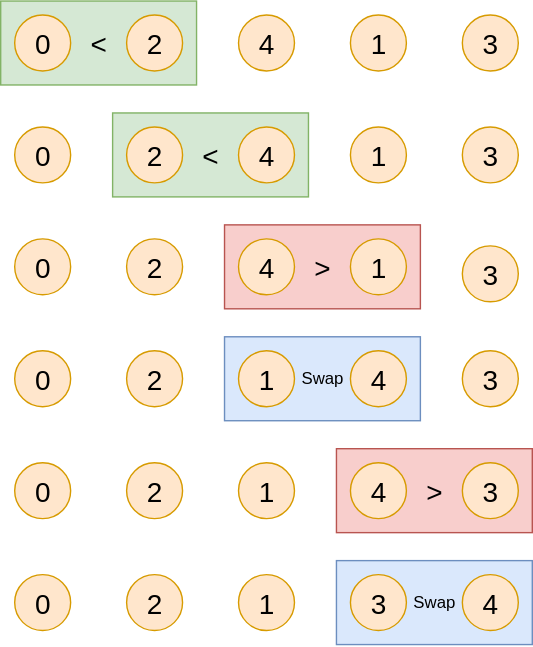
Above: EMC2-Labs-Winter/_static/figures/bubble_sort_process.svg in millerk22/emc2-labs (draw.io), before the change. Source tidied: cells renumbered, new cells last; positions are measured from the earlier drawing's top-left corner, leaving out a move shared by most shapes.
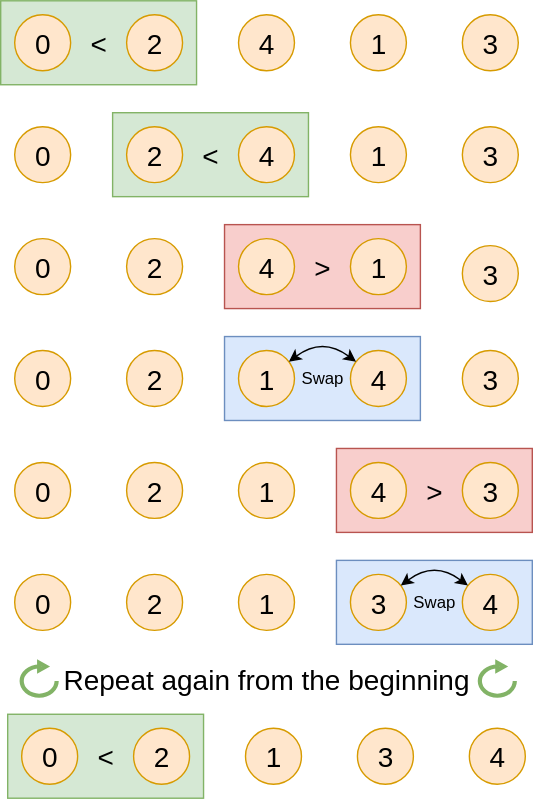
Above is the later version.

Commit message:
added additional info to bubble_sort image

The edit, as a diff of the source:
```diff
@@ -2,12 +2,27 @@
   <root>
     <mxCell id="0" />
     <mxCell id="1" parent="0" />
-    <mxCell id="2" value="&amp;lt;" style="rounded=0;whiteSpace=wrap;html=1;spacingBottom=0;fillColor=#d5e8d4;strokeColor=#82b366;fontSize=20;" parent="1" vertex="1">
-      <mxGeometry x="80" y="80" width="140" height="60" as="geometry" />
-    </mxCell>
-    <mxCell id="3" value="&amp;lt;" style="rounded=0;whiteSpace=wrap;html=1;spacingBottom=0;fillColor=#d5e8d4;strokeColor=#82b366;fontSize=20;" parent="1" vertex="1">
-      <mxGeometry width="140" height="60" as="geometry" />
-    </mxCell>
+    <mxCell id="38" value="&amp;lt;" style="rounded=0;whiteSpace=wrap;html=1;spacingBottom=0;fillColor=#d5e8d4;strokeColor=#82b366;fontSize=20;" parent="1" vertex="1">
+      <mxGeometry x="80" width="140" height="60" as="geometry" />
+    </mxCell>
+    <mxCell id="39" value="&amp;lt;" style="rounded=0;whiteSpace=wrap;html=1;spacingBottom=0;fillColor=#d5e8d4;strokeColor=#82b366;fontSize=20;" parent="1" vertex="1">
+      <mxGeometry y="-80" width="140" height="60" as="geometry" />
+    </mxCell>
+    <mxCell id="40" value="0" style="ellipse;whiteSpace=wrap;html=1;fillColor=#ffe6cc;strokeColor=#d79b00;fontSize=20;" parent="1" vertex="1">
+      <mxGeometry x="10" y="-70" width="40" height="40" as="geometry" />
+    </mxCell>
+    <mxCell id="41" value="2" style="ellipse;whiteSpace=wrap;html=1;fillColor=#ffe6cc;strokeColor=#d79b00;fontSize=20;" parent="1" vertex="1">
+      <mxGeometry x="90" y="-70" width="40" height="40" as="geometry" />
+    </mxCell>
+    <mxCell id="42" value="4" style="ellipse;whiteSpace=wrap;html=1;fillColor=#ffe6cc;strokeColor=#d79b00;fontSize=20;" parent="1" vertex="1">
+      <mxGeometry x="170" y="-70" width="40" height="40" as="geometry" />
+    </mxCell>
+    <mxCell id="43" value="1" style="ellipse;whiteSpace=wrap;html=1;fillColor=#ffe6cc;strokeColor=#d79b00;fontSize=20;" parent="1" vertex="1">
+      <mxGeometry x="250" y="-70" width="40" height="40" as="geometry" />
+    </mxCell>
+    <mxCell id="44" value="3" style="ellipse;whiteSpace=wrap;html=1;fillColor=#ffe6cc;strokeColor=#d79b00;fontSize=20;" parent="1" vertex="1">
+      <mxGeometry x="330" y="-70" width="40" height="40" as="geometry" />
+    </mxCell>
     <mxCell id="4" value="0" style="ellipse;whiteSpace=wrap;html=1;fillColor=#ffe6cc;strokeColor=#d79b00;fontSize=20;" parent="1" vertex="1">
       <mxGeometry x="10" y="10" width="40" height="40" as="geometry" />
     </mxCell>
@@ -23,6 +38,9 @@
     <mxCell id="8" value="3" style="ellipse;whiteSpace=wrap;html=1;fillColor=#ffe6cc;strokeColor=#d79b00;fontSize=20;" parent="1" vertex="1">
       <mxGeometry x="330" y="10" width="40" height="40" as="geometry" />
     </mxCell>
+    <mxCell id="14" value="&amp;gt;" style="rounded=0;whiteSpace=wrap;html=1;spacingBottom=0;fillColor=#f8cecc;strokeColor=#b85450;align=center;fontSize=20;" parent="1" vertex="1">
+      <mxGeometry x="160" y="80" width="140" height="60" as="geometry" />
+    </mxCell>
     <mxCell id="9" value="0" style="ellipse;whiteSpace=wrap;html=1;fillColor=#ffe6cc;strokeColor=#d79b00;fontSize=20;" parent="1" vertex="1">
       <mxGeometry x="10" y="90" width="40" height="40" as="geometry" />
     </mxCell>
@@ -35,30 +53,30 @@
     <mxCell id="12" value="1" style="ellipse;whiteSpace=wrap;html=1;fillColor=#ffe6cc;strokeColor=#d79b00;fontSize=20;" parent="1" vertex="1">
       <mxGeometry x="250" y="90" width="40" height="40" as="geometry" />
     </mxCell>
-    <mxCell id="13" value="3" style="ellipse;whiteSpace=wrap;html=1;fillColor=#ffe6cc;strokeColor=#d79b00;fontSize=20;" parent="1" vertex="1">
-      <mxGeometry x="330" y="90" width="40" height="40" as="geometry" />
-    </mxCell>
-    <mxCell id="14" value="&amp;gt;" style="rounded=0;whiteSpace=wrap;html=1;spacingBottom=0;fillColor=#f8cecc;strokeColor=#b85450;align=center;fontSize=20;" parent="1" vertex="1">
-      <mxGeometry x="160" y="160" width="140" height="60" as="geometry" />
-    </mxCell>
+    <mxCell id="45" value="3" style="ellipse;whiteSpace=wrap;html=1;fillColor=#ffe6cc;strokeColor=#d79b00;fontSize=20;" parent="1" vertex="1">
+      <mxGeometry x="330" y="95" width="40" height="40" as="geometry" />
+    </mxCell>
+    <mxCell id="46" value="Swap" style="rounded=0;whiteSpace=wrap;html=1;spacingBottom=0;fillColor=#dae8fc;strokeColor=#6c8ebf;" parent="1" vertex="1">
+      <mxGeometry x="160" y="160" width="140" height="60" as="geometry" />
+    </mxCell>
     <mxCell id="15" value="0" style="ellipse;whiteSpace=wrap;html=1;fillColor=#ffe6cc;strokeColor=#d79b00;fontSize=20;" parent="1" vertex="1">
       <mxGeometry x="10" y="170" width="40" height="40" as="geometry" />
     </mxCell>
     <mxCell id="16" value="2" style="ellipse;whiteSpace=wrap;html=1;fillColor=#ffe6cc;strokeColor=#d79b00;fontSize=20;" parent="1" vertex="1">
       <mxGeometry x="90" y="170" width="40" height="40" as="geometry" />
     </mxCell>
-    <mxCell id="17" value="4" style="ellipse;whiteSpace=wrap;html=1;fillColor=#ffe6cc;strokeColor=#d79b00;fontSize=20;" parent="1" vertex="1">
-      <mxGeometry x="170" y="170" width="40" height="40" as="geometry" />
-    </mxCell>
-    <mxCell id="18" value="1" style="ellipse;whiteSpace=wrap;html=1;fillColor=#ffe6cc;strokeColor=#d79b00;fontSize=20;" parent="1" vertex="1">
-      <mxGeometry x="250" y="170" width="40" height="40" as="geometry" />
-    </mxCell>
-    <mxCell id="19" value="3" style="ellipse;whiteSpace=wrap;html=1;fillColor=#ffe6cc;strokeColor=#d79b00;fontSize=20;" parent="1" vertex="1">
-      <mxGeometry x="330" y="175" width="40" height="40" as="geometry" />
-    </mxCell>
-    <mxCell id="20" value="Swap" style="rounded=0;whiteSpace=wrap;html=1;spacingBottom=0;fillColor=#dae8fc;strokeColor=#6c8ebf;" parent="1" vertex="1">
-      <mxGeometry x="160" y="240" width="140" height="60" as="geometry" />
-    </mxCell>
+    <mxCell id="47" value="4" style="ellipse;whiteSpace=wrap;html=1;fillColor=#ffe6cc;strokeColor=#d79b00;fontSize=20;" parent="1" vertex="1">
+      <mxGeometry x="250" y="170" width="40" height="40" as="geometry" />
+    </mxCell>
+    <mxCell id="48" value="1" style="ellipse;whiteSpace=wrap;html=1;fillColor=#ffe6cc;strokeColor=#d79b00;fontSize=20;" parent="1" vertex="1">
+      <mxGeometry x="170" y="170" width="40" height="40" as="geometry" />
+    </mxCell>
+    <mxCell id="49" value="3" style="ellipse;whiteSpace=wrap;html=1;fillColor=#ffe6cc;strokeColor=#d79b00;fontSize=20;" parent="1" vertex="1">
+      <mxGeometry x="330" y="170" width="40" height="40" as="geometry" />
+    </mxCell>
+    <mxCell id="26" value="&amp;gt;" style="rounded=0;whiteSpace=wrap;html=1;spacingBottom=0;fillColor=#f8cecc;strokeColor=#b85450;fontSize=20;" parent="1" vertex="1">
+      <mxGeometry x="240" y="240" width="140" height="60" as="geometry" />
+    </mxCell>
     <mxCell id="21" value="0" style="ellipse;whiteSpace=wrap;html=1;fillColor=#ffe6cc;strokeColor=#d79b00;fontSize=20;" parent="1" vertex="1">
       <mxGeometry x="10" y="250" width="40" height="40" as="geometry" />
     </mxCell>
@@ -74,41 +92,64 @@
     <mxCell id="25" value="3" style="ellipse;whiteSpace=wrap;html=1;fillColor=#ffe6cc;strokeColor=#d79b00;fontSize=20;" parent="1" vertex="1">
       <mxGeometry x="330" y="250" width="40" height="40" as="geometry" />
     </mxCell>
-    <mxCell id="26" value="&amp;gt;" style="rounded=0;whiteSpace=wrap;html=1;spacingBottom=0;fillColor=#f8cecc;strokeColor=#b85450;fontSize=20;" parent="1" vertex="1">
-      <mxGeometry x="240" y="320" width="140" height="60" as="geometry" />
-    </mxCell>
+    <mxCell id="50" value="Swap" style="rounded=0;whiteSpace=wrap;html=1;spacingBottom=0;fillColor=#dae8fc;strokeColor=#6c8ebf;" parent="1" vertex="1">
+      <mxGeometry x="240" y="320" width="140" height="60" as="geometry" />
+    </mxCell>
     <mxCell id="27" value="0" style="ellipse;whiteSpace=wrap;html=1;fillColor=#ffe6cc;strokeColor=#d79b00;fontSize=20;" parent="1" vertex="1">
       <mxGeometry x="10" y="330" width="40" height="40" as="geometry" />
     </mxCell>
     <mxCell id="28" value="2" style="ellipse;whiteSpace=wrap;html=1;fillColor=#ffe6cc;strokeColor=#d79b00;fontSize=20;" parent="1" vertex="1">
       <mxGeometry x="90" y="330" width="40" height="40" as="geometry" />
     </mxCell>
-    <mxCell id="29" value="4" style="ellipse;whiteSpace=wrap;html=1;fillColor=#ffe6cc;strokeColor=#d79b00;fontSize=20;" parent="1" vertex="1">
-      <mxGeometry x="250" y="330" width="40" height="40" as="geometry" />
-    </mxCell>
+    <mxCell id="51" value="4" style="ellipse;whiteSpace=wrap;html=1;fillColor=#ffe6cc;strokeColor=#d79b00;fontSize=20;" parent="1" vertex="1">
+      <mxGeometry x="330" y="330" width="40" height="40" as="geometry" />
+    </mxCell>
     <mxCell id="30" value="1" style="ellipse;whiteSpace=wrap;html=1;fillColor=#ffe6cc;strokeColor=#d79b00;fontSize=20;" parent="1" vertex="1">
       <mxGeometry x="170" y="330" width="40" height="40" as="geometry" />
     </mxCell>
-    <mxCell id="31" value="3" style="ellipse;whiteSpace=wrap;html=1;fillColor=#ffe6cc;strokeColor=#d79b00;fontSize=20;" parent="1" vertex="1">
-      <mxGeometry x="330" y="330" width="40" height="40" as="geometry" />
-    </mxCell>
-    <mxCell id="32" value="Swap" style="rounded=0;whiteSpace=wrap;html=1;spacingBottom=0;fillColor=#dae8fc;strokeColor=#6c8ebf;" parent="1" vertex="1">
-      <mxGeometry x="240" y="400" width="140" height="60" as="geometry" />
-    </mxCell>
-    <mxCell id="33" value="0" style="ellipse;whiteSpace=wrap;html=1;fillColor=#ffe6cc;strokeColor=#d79b00;fontSize=20;" parent="1" vertex="1">
-      <mxGeometry x="10" y="410" width="40" height="40" as="geometry" />
-    </mxCell>
-    <mxCell id="34" value="2" style="ellipse;whiteSpace=wrap;html=1;fillColor=#ffe6cc;strokeColor=#d79b00;fontSize=20;" parent="1" vertex="1">
-      <mxGeometry x="90" y="410" width="40" height="40" as="geometry" />
-    </mxCell>
-    <mxCell id="35" value="4" style="ellipse;whiteSpace=wrap;html=1;fillColor=#ffe6cc;strokeColor=#d79b00;fontSize=20;" parent="1" vertex="1">
-      <mxGeometry x="330" y="410" width="40" height="40" as="geometry" />
-    </mxCell>
-    <mxCell id="36" value="1" style="ellipse;whiteSpace=wrap;html=1;fillColor=#ffe6cc;strokeColor=#d79b00;fontSize=20;" parent="1" vertex="1">
-      <mxGeometry x="170" y="410" width="40" height="40" as="geometry" />
-    </mxCell>
-    <mxCell id="37" value="3" style="ellipse;whiteSpace=wrap;html=1;fillColor=#ffe6cc;strokeColor=#d79b00;fontSize=20;" parent="1" vertex="1">
-      <mxGeometry x="250" y="410" width="40" height="40" as="geometry" />
-    </mxCell>
+    <mxCell id="52" value="3" style="ellipse;whiteSpace=wrap;html=1;fillColor=#ffe6cc;strokeColor=#d79b00;fontSize=20;" parent="1" vertex="1">
+      <mxGeometry x="250" y="330" width="40" height="40" as="geometry" />
+    </mxCell>
+    <mxCell id="53" style="endArrow=classic;startArrow=classic;html=1;rounded=0;curved=1;" parent="1" edge="1" source="48" target="47">
+      <mxGeometry relative="1" as="geometry">
+        <Array as="points">
+          <mxPoint x="230" y="160" />
+        </Array>
+      </mxGeometry>
+    </mxCell>
+    <mxCell id="54" style="endArrow=classic;startArrow=classic;html=1;rounded=0;curved=1;" parent="1" edge="1" source="52" target="51">
+      <mxGeometry relative="1" as="geometry">
+        <Array as="points">
+          <mxPoint x="310" y="320" />
+        </Array>
+      </mxGeometry>
+    </mxCell>
+    <mxCell id="55" value="&lt;font style=&quot;font-size: 20px;&quot;&gt;Repeat again from the beginning&lt;/font&gt;" style="text;html=1;align=center;verticalAlign=middle;whiteSpace=wrap;rounded=0;fillColor=default;" parent="1" vertex="1">
+      <mxGeometry x="5" y="390" width="370" height="30" as="geometry" />
+    </mxCell>
+    <mxCell id="56" value="&amp;lt;" style="rounded=0;whiteSpace=wrap;html=1;spacingBottom=0;fillColor=#d5e8d4;strokeColor=#82b366;fontSize=20;" parent="1" vertex="1">
+      <mxGeometry x="5" y="430" width="140" height="60" as="geometry" />
+    </mxCell>
+    <mxCell id="57" value="0" style="ellipse;whiteSpace=wrap;html=1;fillColor=#ffe6cc;strokeColor=#d79b00;fontSize=20;" parent="1" vertex="1">
+      <mxGeometry x="15" y="440" width="40" height="40" as="geometry" />
+    </mxCell>
+    <mxCell id="58" value="2" style="ellipse;whiteSpace=wrap;html=1;fillColor=#ffe6cc;strokeColor=#d79b00;fontSize=20;" parent="1" vertex="1">
+      <mxGeometry x="95" y="440" width="40" height="40" as="geometry" />
+    </mxCell>
+    <mxCell id="59" value="1" style="ellipse;whiteSpace=wrap;html=1;fillColor=#ffe6cc;strokeColor=#d79b00;fontSize=20;" parent="1" vertex="1">
+      <mxGeometry x="175" y="440" width="40" height="40" as="geometry" />
+    </mxCell>
+    <mxCell id="60" value="3" style="ellipse;whiteSpace=wrap;html=1;fillColor=#ffe6cc;strokeColor=#d79b00;fontSize=20;" parent="1" vertex="1">
+      <mxGeometry x="255" y="440" width="40" height="40" as="geometry" />
+    </mxCell>
+    <mxCell id="61" value="4" style="ellipse;whiteSpace=wrap;html=1;fillColor=#ffe6cc;strokeColor=#d79b00;fontSize=20;" parent="1" vertex="1">
+      <mxGeometry x="335" y="440" width="40" height="40" as="geometry" />
+    </mxCell>
+    <mxCell id="62" style="html=1;verticalLabelPosition=bottom;align=center;labelBackgroundColor=#ffffff;verticalAlign=top;strokeWidth=3;strokeColor=#82b366;shadow=0;dashed=0;shape=mxgraph.ios7.icons.reload;fillColor=#d5e8d4;" parent="1" vertex="1">
+      <mxGeometry x="342.5" y="393.2" width="25" height="23.5" as="geometry" />
+    </mxCell>
+    <mxCell id="63" style="html=1;verticalLabelPosition=bottom;align=center;labelBackgroundColor=#ffffff;verticalAlign=top;strokeWidth=3;strokeColor=#82b366;shadow=0;dashed=0;shape=mxgraph.ios7.icons.reload;fillColor=#d5e8d4;" parent="1" vertex="1">
+      <mxGeometry x="15" y="393.2" width="25" height="23.5" as="geometry" />
+    </mxCell>
   </root>
 </mxGraphModel>
```
